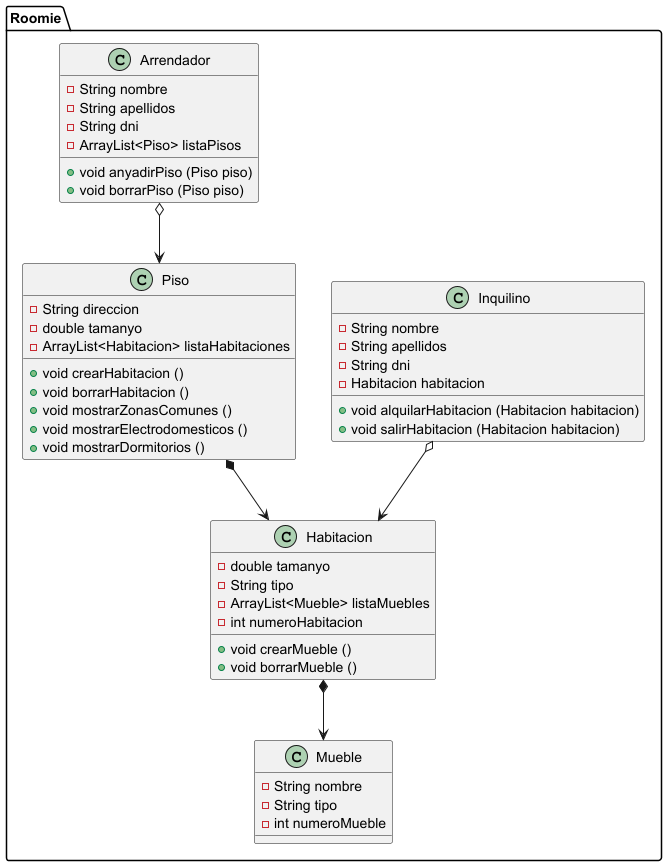
The PlantUML diagram Hito2/Documentacion/4-disenyo/diagrama_clases/diagrama_de_clases-Eric.png in Smeagol-chan/Proyecto_Intermodular_1DAM, before a commit. Its diagram source:
```plantuml
@startuml
package "Roomie" {

    Class Inquilino {
        - String nombre
        - String apellidos
        - String dni
        - Habitacion habitacion

        + void alquilarHabitacion (Habitacion habitacion)
        + void salirHabitacion (Habitacion habitacion)
    }

    Class Habitacion {
        - double tamanyo
        - String tipo
        - ArrayList<Mueble> listaMuebles
        - int numeroHabitacion

        + void crearMueble ()
        + void borrarMueble ()
    }

    Class Mueble {
        - String nombre
        - String tipo
        - int numeroMueble
    }

    Class Arrendador {
        - String nombre
        - String apellidos
        - String dni
        - ArrayList<Piso> listaPisos

        + void anyadirPiso (Piso piso)
        + void borrarPiso (Piso piso)
    }

    Class Piso {
        - String direccion
        - double tamanyo
        - ArrayList<Habitacion> listaHabitaciones

        + void crearHabitacion ()
        + void borrarHabitacion ()
        + void mostrarZonasComunes ()
        + void mostrarElectrodomesticos ()
        + void mostrarDormitorios ()
    }

    Inquilino o--> Habitacion
    Habitacion *--> Mueble
    Arrendador o--> Piso
    Piso *--> Habitacion
}
@enduml
```
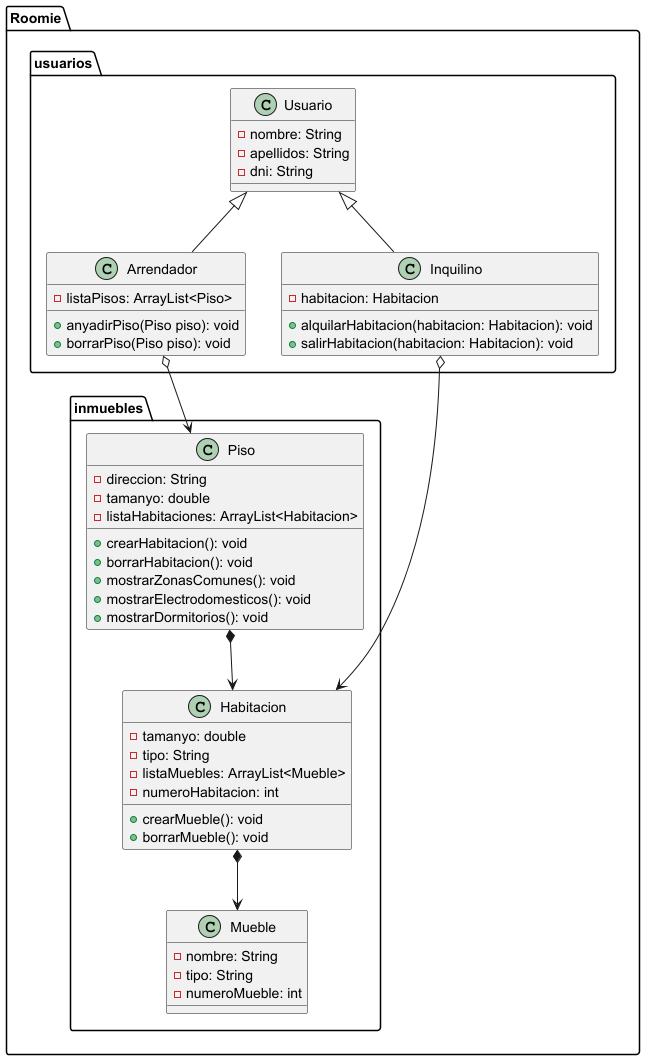
The same file after the commit.

Commit message:
Corregido el diagrama de clases y duplicado el documento final con formato Word

Diff of the diagram source:
```diff
@@ -1,52 +1,64 @@
 @startuml
-package "Roomie" {
+package "Roomie"
+{
+    package "usuarios"
+    {
+        Class Usuario
+        {
+            - nombre: String
+            - apellidos: String
+            - dni: String
+        }
 
-    Class Inquilino {
-        - String nombre
-        - String apellidos
-        - String dni
-        - Habitacion habitacion
+        Class Arrendador extends Usuario
+        {
+            - listaPisos: ArrayList<Piso>
 
-        + void alquilarHabitacion (Habitacion habitacion)
-        + void salirHabitacion (Habitacion habitacion)
+            + anyadirPiso(Piso piso): void
+            + borrarPiso(Piso piso): void
+        }
+
+        Class Inquilino extends Usuario
+        {
+            - habitacion: Habitacion
+
+            + alquilarHabitacion(habitacion: Habitacion): void
+            + salirHabitacion(habitacion: Habitacion): void
+        }
     }
 
-    Class Habitacion {
-        - double tamanyo
-        - String tipo
-        - ArrayList<Mueble> listaMuebles
-        - int numeroHabitacion
+    package "inmuebles"
+    {
+        Class Habitacion
+        {
+            - tamanyo: double
+            - tipo: String
+            - listaMuebles: ArrayList<Mueble>
+            - numeroHabitacion: int
 
-        + void crearMueble ()
-        + void borrarMueble ()
-    }
+            + crearMueble(): void
+            + borrarMueble(): void
+        }
 
-    Class Mueble {
-        - String nombre
-        - String tipo
-        - int numeroMueble
-    }
+        Class Mueble
+        {
+            - nombre: String
+            - tipo: String
+            - numeroMueble: int
+        }
 
-    Class Arrendador {
-        - String nombre
-        - String apellidos
-        - String dni
-        - ArrayList<Piso> listaPisos
+        Class Piso
+        {
+            - direccion: String
+            - tamanyo: double
+            - listaHabitaciones: ArrayList<Habitacion>
 
-        + void anyadirPiso (Piso piso)
-        + void borrarPiso (Piso piso)
-    }
-
-    Class Piso {
-        - String direccion
-        - double tamanyo
-        - ArrayList<Habitacion> listaHabitaciones
-
-        + void crearHabitacion ()
-        + void borrarHabitacion ()
-        + void mostrarZonasComunes ()
-        + void mostrarElectrodomesticos ()
-        + void mostrarDormitorios ()
+            + crearHabitacion(): void
+            + borrarHabitacion(): void
+            + mostrarZonasComunes(): void
+            + mostrarElectrodomesticos(): void
+            + mostrarDormitorios(): void
+        }
     }
 
     Inquilino o--> Habitacion
```
